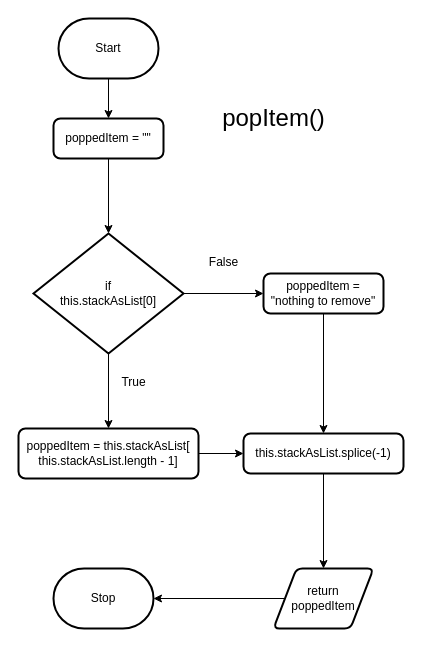
Troy-Appleby/ICS4U-Unit2-Troy-Appleby keeps this draw.io diagram as Unit2-02/flowchart.drawio. Above is the earlier version. Source tidied: cells renumbered, new cells numbered last; positions are measured from the earlier drawing's top-left corner, leaving out a move shared by most shapes. Both pictures are drawn from the tidied source at 100%, with x=0, y=0 at pixel (18, 18).
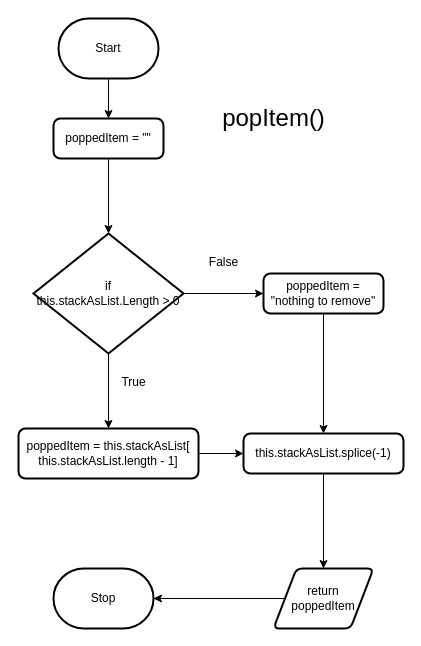
After the change.

The edit, as a diff of the source:
```diff
@@
-    <mxCell id="9" value="if &lt;br&gt;this.stackAsList[0]" style="strokeWidth=2;html=1;shape=mxgraph.flowchart.decision;whiteSpace=wrap;" parent="1" vertex="1">
+    <mxCell id="9" value="if &lt;br&gt;this.stackAsList.Length &amp;gt; 0" style="strokeWidth=2;html=1;shape=mxgraph.flowchart.decision;whiteSpace=wrap;" parent="1" vertex="1">
       <mxGeometry x="15" y="215" width="150" height="120" as="geometry" />
     </mxCell>
```
